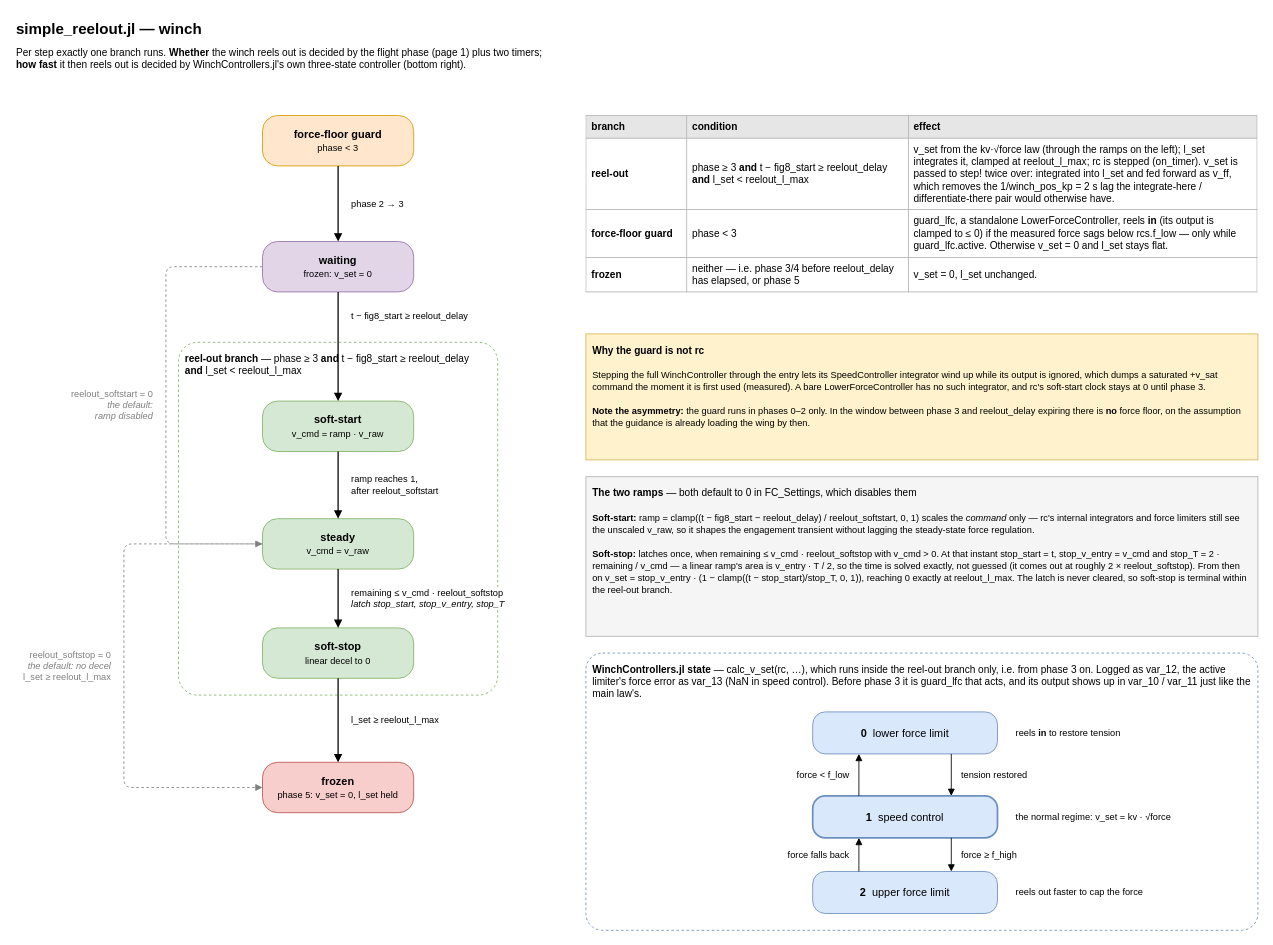
OpenSourceAWE/SimpleKiteControllers.jl keeps this draw.io diagram as page "Winch" (2 of 2) of docs/reelout_state_machine.drawio. Above is the earlier version. Source tidied: cells renumbered, new cells numbered last; positions are measured from the earlier drawing's top-left corner, leaving out a move shared by most shapes. Both pictures are drawn from the tidied source at 84%, with x=0, y=0 at pixel (14, 14).
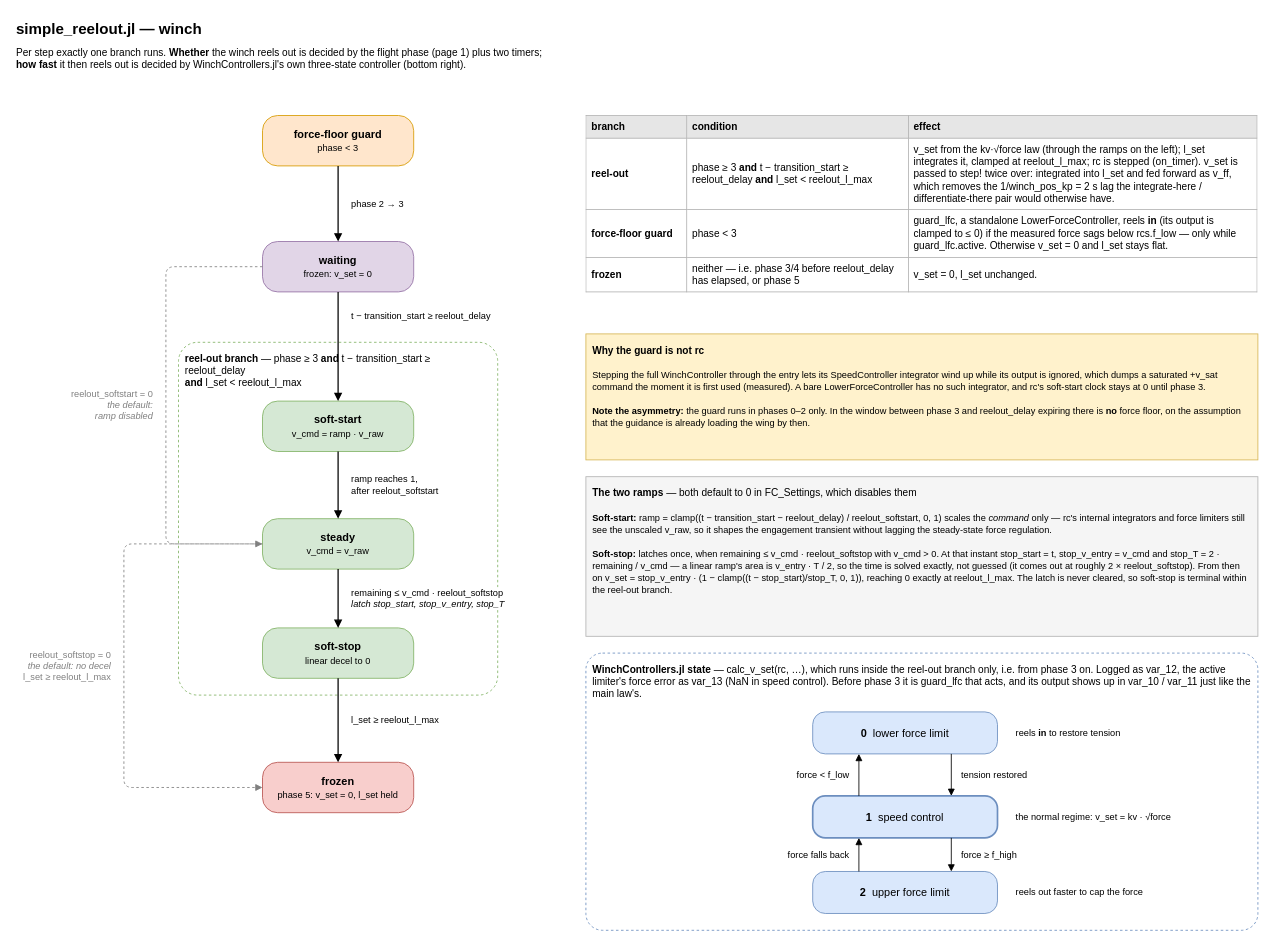
Above is the later version.

Unchanged cells that the change refers to:
```xml
<mxCell id="6" value="&lt;b&gt;waiting&lt;/b&gt;&lt;br&gt;&lt;font style=&quot;font-size:11px&quot;&gt;frozen: v_set = 0&lt;/font&gt;" style="rounded=1;arcSize=30;whiteSpace=wrap;html=1;fillColor=#e1d5e7;strokeColor=#9673a6;fontSize=13;" parent="1" vertex="1">
  <mxGeometry x="295" y="270" width="180" height="60" as="geometry" />
</mxCell>
<mxCell id="7" value="&lt;b&gt;soft-start&lt;/b&gt;&lt;br&gt;&lt;font style=&quot;font-size:11px&quot;&gt;v_cmd = ramp · v_raw&lt;/font&gt;" style="rounded=1;arcSize=30;whiteSpace=wrap;html=1;fillColor=#d5e8d4;strokeColor=#82b366;fontSize=13;" parent="1" vertex="1">
  <mxGeometry x="295" y="460" width="180" height="60" as="geometry" />
</mxCell>
```

The edit, as a diff of the source:
```diff
@@
-    <mxCell id="4" value="&lt;font style=&quot;font-size:12px&quot;&gt;&lt;b&gt;reel-out branch&lt;/b&gt; — phase ≥ 3 &lt;b&gt;and&lt;/b&gt; t − fig8_start ≥ reelout_delay&lt;br&gt;&lt;b&gt;and&lt;/b&gt; l_set &amp;lt; reelout_l_max&lt;/font&gt;" style="rounded=1;arcSize=6;whiteSpace=wrap;html=1;fillColor=none;strokeColor=#82b366;dashed=1;verticalAlign=top;align=left;spacing=8;" parent="1" vertex="1">
+    <mxCell id="4" value="&lt;font style=&quot;font-size:12px&quot;&gt;&lt;b&gt;reel-out branch&lt;/b&gt; — phase ≥ 3 &lt;b&gt;and&lt;/b&gt; t − transition_start ≥ reelout_delay&lt;br&gt;&lt;b&gt;and&lt;/b&gt; l_set &amp;lt; reelout_l_max&lt;/font&gt;" style="rounded=1;arcSize=6;whiteSpace=wrap;html=1;fillColor=none;strokeColor=#82b366;dashed=1;verticalAlign=top;align=left;spacing=8;" parent="1" vertex="1">
       <mxGeometry x="195" y="390" width="380" height="420" as="geometry" />
     </mxCell>
@@
-    <mxCell id="12" value="&lt;font style=&quot;font-size:11px&quot;&gt;t − fig8_start ≥ reelout_delay&lt;/font&gt;" style="edgeStyle=orthogonalEdgeStyle;rounded=1;html=1;endArrow=block;endFill=1;strokeWidth=1.5;align=left;verticalAlign=middle;labelBackgroundColor=#ffffff;" parent="1" edge="1" source="6" target="7">
+    <mxCell id="12" value="&lt;font style=&quot;font-size:11px&quot;&gt;t − transition_start ≥ reelout_delay&lt;/font&gt;" style="edgeStyle=orthogonalEdgeStyle;rounded=1;html=1;endArrow=block;endFill=1;strokeWidth=1.5;align=left;verticalAlign=middle;labelBackgroundColor=#ffffff;" parent="1" edge="1" source="6" target="7">
       <mxGeometry x="-0.55" relative="1" as="geometry">
         <mxPoint x="14" as="offset" />
       </mxGeometry>
     </mxCell>
@@
-    <mxCell id="18" value="&lt;table border=&quot;1&quot; cellpadding=&quot;6&quot; cellspacing=&quot;0&quot; style=&quot;width:100%;border-collapse:collapse;font-size:12px;border-color:#b3b3b3&quot;&gt;&lt;tr style=&quot;background:#e6e6e6&quot;&gt;&lt;th align=&quot;left&quot; width=&quot;15%&quot;&gt;branch&lt;/th&gt;&lt;th align=&quot;left&quot; width=&quot;33%&quot;&gt;condition&lt;/th&gt;&lt;th align=&quot;left&quot; width=&quot;52%&quot;&gt;effect&lt;/th&gt;&lt;/tr&gt;&lt;tr&gt;&lt;td&gt;&lt;b&gt;reel-out&lt;/b&gt;&lt;/td&gt;&lt;td&gt;phase ≥ 3 &lt;b&gt;and&lt;/b&gt; t − fig8_start ≥ reelout_delay &lt;b&gt;and&lt;/b&gt; l_set &amp;lt; reelout_l_max&lt;/td&gt;&lt;td&gt;v_set from the kv·√force law (through the ramps on the left); l_set integrates it, clamped at reelout_l_max; rc is stepped (on_timer). v_set is passed to step! twice over: integrated into l_set and fed forward as v_ff, which removes the 1/winch_pos_kp = 2 s lag the integrate-here / differentiate-there pair would otherwise have.&lt;/td&gt;&lt;/tr&gt;&lt;tr&gt;&lt;td&gt;&lt;b&gt;force-floor guard&lt;/b&gt;&lt;/td&gt;&lt;td&gt;phase &amp;lt; 3&lt;/td&gt;&lt;td&gt;guard_lfc, a standalone LowerForceController, reels &lt;b&gt;in&lt;/b&gt; (its output is clamped to ≤ 0) if the measured force sags below rcs.f_low — only while guard_lfc.active. Otherwise v_set = 0 and l_set stays flat.&lt;/td&gt;&lt;/tr&gt;&lt;tr&gt;&lt;td&gt;&lt;b&gt;frozen&lt;/b&gt;&lt;/td&gt;&lt;td&gt;neither — i.e. phase 3/4 before reelout_delay has elapsed, or phase 5&lt;/td&gt;&lt;td&gt;v_set = 0, l_set unchanged.&lt;/td&gt;&lt;/tr&gt;&lt;/table&gt;" style="text;html=1;whiteSpace=wrap;align=left;verticalAlign=top;overflow=fill;" parent="1" vertex="1">
+    <mxCell id="18" value="&lt;table border=&quot;1&quot; cellpadding=&quot;6&quot; cellspacing=&quot;0&quot; style=&quot;width:100%;border-collapse:collapse;font-size:12px;border-color:#b3b3b3&quot;&gt;&lt;tr style=&quot;background:#e6e6e6&quot;&gt;&lt;th align=&quot;left&quot; width=&quot;15%&quot;&gt;branch&lt;/th&gt;&lt;th align=&quot;left&quot; width=&quot;33%&quot;&gt;condition&lt;/th&gt;&lt;th align=&quot;left&quot; width=&quot;52%&quot;&gt;effect&lt;/th&gt;&lt;/tr&gt;&lt;tr&gt;&lt;td&gt;&lt;b&gt;reel-out&lt;/b&gt;&lt;/td&gt;&lt;td&gt;phase ≥ 3 &lt;b&gt;and&lt;/b&gt; t − transition_start ≥ reelout_delay &lt;b&gt;and&lt;/b&gt; l_set &amp;lt; reelout_l_max&lt;/td&gt;&lt;td&gt;v_set from the kv·√force law (through the ramps on the left); l_set integrates it, clamped at reelout_l_max; rc is stepped (on_timer). v_set is passed to step! twice over: integrated into l_set and fed forward as v_ff, which removes the 1/winch_pos_kp = 2 s lag the integrate-here / differentiate-there pair would otherwise have.&lt;/td&gt;&lt;/tr&gt;&lt;tr&gt;&lt;td&gt;&lt;b&gt;force-floor guard&lt;/b&gt;&lt;/td&gt;&lt;td&gt;phase &amp;lt; 3&lt;/td&gt;&lt;td&gt;guard_lfc, a standalone LowerForceController, reels &lt;b&gt;in&lt;/b&gt; (its output is clamped to ≤ 0) if the measured force sags below rcs.f_low — only while guard_lfc.active. Otherwise v_set = 0 and l_set stays flat.&lt;/td&gt;&lt;/tr&gt;&lt;tr&gt;&lt;td&gt;&lt;b&gt;frozen&lt;/b&gt;&lt;/td&gt;&lt;td&gt;neither — i.e. phase 3/4 before reelout_delay has elapsed, or phase 5&lt;/td&gt;&lt;td&gt;v_set = 0, l_set unchanged.&lt;/td&gt;&lt;/tr&gt;&lt;/table&gt;" style="text;html=1;whiteSpace=wrap;align=left;verticalAlign=top;overflow=fill;" parent="1" vertex="1">
       <mxGeometry x="680" y="120" width="800" height="240" as="geometry" />
     </mxCell>
@@
-    <mxCell id="20" value="&lt;b&gt;The two ramps&lt;/b&gt; — both default to 0 in FC_Settings, which disables them&lt;br&gt;&lt;br&gt;&lt;font style=&quot;font-size:11px&quot;&gt;&lt;b&gt;Soft-start:&lt;/b&gt; ramp = clamp((t − fig8_start − reelout_delay) / reelout_softstart, 0, 1) scales the &lt;i&gt;command&lt;/i&gt; only — rc's internal integrators and force limiters still see the unscaled v_raw, so it shapes the engagement transient without lagging the steady-state force regulation.&lt;br&gt;&lt;br&gt;&lt;b&gt;Soft-stop:&lt;/b&gt; latches once, when remaining ≤ v_cmd · reelout_softstop with v_cmd &amp;gt; 0. At that instant stop_start = t, stop_v_entry = v_cmd and stop_T = 2 · remaining / v_cmd — a linear ramp's area is v_entry · T / 2, so the time is solved exactly, not guessed (it comes out at roughly 2 × reelout_softstop). From then on v_set = stop_v_entry · (1 − clamp((t − stop_start)/stop_T, 0, 1)), reaching 0 exactly at reelout_l_max. The latch is never cleared, so soft-stop is terminal within the reel-out branch.&lt;/font&gt;" style="rounded=0;whiteSpace=wrap;html=1;align=left;verticalAlign=top;fillColor=#f5f5f5;strokeColor=#b3b3b3;spacing=8;" parent="1" vertex="1">
+    <mxCell id="20" value="&lt;b&gt;The two ramps&lt;/b&gt; — both default to 0 in FC_Settings, which disables them&lt;br&gt;&lt;br&gt;&lt;font style=&quot;font-size:11px&quot;&gt;&lt;b&gt;Soft-start:&lt;/b&gt; ramp = clamp((t − transition_start − reelout_delay) / reelout_softstart, 0, 1) scales the &lt;i&gt;command&lt;/i&gt; only — rc's internal integrators and force limiters still see the unscaled v_raw, so it shapes the engagement transient without lagging the steady-state force regulation.&lt;br&gt;&lt;br&gt;&lt;b&gt;Soft-stop:&lt;/b&gt; latches once, when remaining ≤ v_cmd · reelout_softstop with v_cmd &amp;gt; 0. At that instant stop_start = t, stop_v_entry = v_cmd and stop_T = 2 · remaining / v_cmd — a linear ramp's area is v_entry · T / 2, so the time is solved exactly, not guessed (it comes out at roughly 2 × reelout_softstop). From then on v_set = stop_v_entry · (1 − clamp((t − stop_start)/stop_T, 0, 1)), reaching 0 exactly at reelout_l_max. The latch is never cleared, so soft-stop is terminal within the reel-out branch.&lt;/font&gt;" style="rounded=0;whiteSpace=wrap;html=1;align=left;verticalAlign=top;fillColor=#f5f5f5;strokeColor=#b3b3b3;spacing=8;" parent="1" vertex="1">
       <mxGeometry x="680" y="550" width="800" height="190" as="geometry" />
     </mxCell>
```
